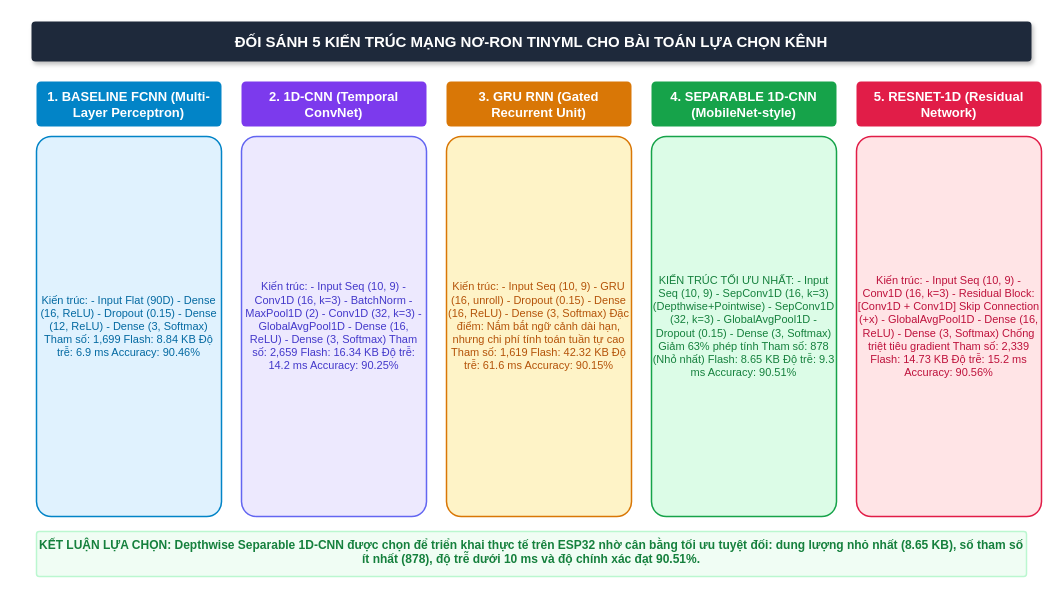
This is figs/08_5_kien_truc_tinyml.drawio from Brauuwu/LoRa_TinyML_Hopping, a draw.io file, before an edit. Source tidied: cells renumbered, new cells numbered last; positions are measured from the earlier drawing's top-left corner, leaving out a move shared by most shapes. Both pictures are drawn from the tidied source at 100%, with x=0, y=0 at pixel (31, 21).
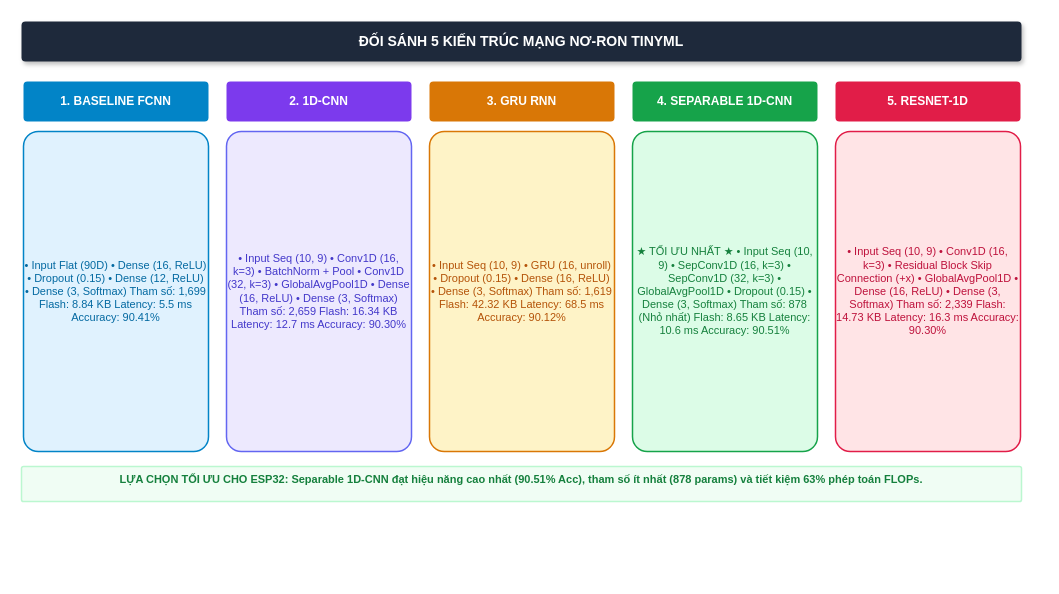
The same page after the edit.

Diff of the diagram source:
```diff
@@
 <mxGraphModel background="#ffffff">
   <root>
     <mxCell id="0" />
     <mxCell id="1" parent="0" />
-    <mxCell id="2" value="ĐỐI SÁNH 5 KIẾN TRÚC MẠNG NƠ-RON TINYML CHO BÀI TOÁN LỰA CHỌN KÊNH" style="rounded=1;whiteSpace=wrap;html=1;fillColor=#1e293b;strokeColor=none;fontColor=#ffffff;fontStyle=1;fontSize=15;shadow=1;arcSize=10;" parent="1" vertex="1">
-      <mxGeometry width="1000" height="40" as="geometry" />
+    <mxCell id="2" value="ĐỐI SÁNH 5 KIẾN TRÚC MẠNG NƠ-RON TINYML" style="rounded=1;whiteSpace=wrap;html=1;fillColor=#1e293b;strokeColor=none;fontColor=#ffffff;fontStyle=1;fontSize=14;shadow=1;arcSize=10;" parent="1" vertex="1">
+      <mxGeometry x="-10" width="1000" height="40" as="geometry" />
     </mxCell>
-    <mxCell id="3" value="1. BASELINE FCNN (Multi-Layer Perceptron)" style="rounded=1;whiteSpace=wrap;html=1;fillColor=#0284c7;strokeColor=none;fontColor=#ffffff;fontStyle=1;fontSize=13;arcSize=10;" parent="1" vertex="1">
-      <mxGeometry x="5" y="60" width="185" height="45" as="geometry" />
+    <mxCell id="3" value="1. BASELINE FCNN" style="rounded=1;whiteSpace=wrap;html=1;fillColor=#0284c7;strokeColor=none;fontColor=#ffffff;fontStyle=1;fontSize=12;arcSize=10;" parent="1" vertex="1">
+      <mxGeometry x="-8" y="60" width="185" height="40" as="geometry" />
     </mxCell>
-    <mxCell id="4" value="Kiến trúc: - Input Flat (90D) - Dense (16, ReLU) - Dropout (0.15) - Dense (12, ReLU) - Dense (3, Softmax)  Tham số: 1,699 Flash: 8.84 KB Độ trễ: 6.9 ms Accuracy: 90.46%" style="rounded=1;whiteSpace=wrap;html=1;fillColor=#e0f2fe;strokeColor=#0284c7;strokeWidth=1.5;fontColor=#0369a1;fontSize=11;arcSize=8;" parent="1" vertex="1">
-      <mxGeometry x="5" y="115" width="185" height="380" as="geometry" />
+    <mxCell id="4" value="• Input Flat (90D) • Dense (16, ReLU) • Dropout (0.15) • Dense (12, ReLU) • Dense (3, Softmax)  Tham số: 1,699 Flash: 8.84 KB Latency: 5.5 ms Accuracy: 90.41%" style="rounded=1;whiteSpace=wrap;html=1;fillColor=#e0f2fe;strokeColor=#0284c7;strokeWidth=1.5;fontColor=#0369a1;fontSize=11;arcSize=8;" parent="1" vertex="1">
+      <mxGeometry x="-8" y="110" width="185" height="320" as="geometry" />
     </mxCell>
-    <mxCell id="5" value="2. 1D-CNN (Temporal ConvNet)" style="rounded=1;whiteSpace=wrap;html=1;fillColor=#7c3aed;strokeColor=none;fontColor=#ffffff;fontStyle=1;fontSize=13;arcSize=10;" parent="1" vertex="1">
-      <mxGeometry x="210" y="60" width="185" height="45" as="geometry" />
+    <mxCell id="5" value="2. 1D-CNN" style="rounded=1;whiteSpace=wrap;html=1;fillColor=#7c3aed;strokeColor=none;fontColor=#ffffff;fontStyle=1;fontSize=12;arcSize=10;" parent="1" vertex="1">
+      <mxGeometry x="195" y="60" width="185" height="40" as="geometry" />
     </mxCell>
-    <mxCell id="6" value="Kiến trúc: - Input Seq (10, 9) - Conv1D (16, k=3) - BatchNorm - MaxPool1D (2) - Conv1D (32, k=3) - GlobalAvgPool1D - Dense (16, ReLU) - Dense (3, Softmax)  Tham số: 2,659 Flash: 16.34 KB Độ trễ: 14.2 ms Accuracy: 90.25%" style="rounded=1;whiteSpace=wrap;html=1;fillColor=#ede9fe;strokeColor=#6366f1;strokeWidth=1.5;fontColor=#4338ca;fontSize=11;arcSize=8;" parent="1" vertex="1">
-      <mxGeometry x="210" y="115" width="185" height="380" as="geometry" />
+    <mxCell id="6" value="• Input Seq (10, 9) • Conv1D (16, k=3) • BatchNorm + Pool • Conv1D (32, k=3) • GlobalAvgPool1D • Dense (16, ReLU) • Dense (3, Softmax)  Tham số: 2,659 Flash: 16.34 KB Latency: 12.7 ms Accuracy: 90.30%" style="rounded=1;whiteSpace=wrap;html=1;fillColor=#ede9fe;strokeColor=#6366f1;strokeWidth=1.5;fontColor=#4338ca;fontSize=11;arcSize=8;" parent="1" vertex="1">
+      <mxGeometry x="195" y="110" width="185" height="320" as="geometry" />
     </mxCell>
-    <mxCell id="7" value="3. GRU RNN (Gated Recurrent Unit)" style="rounded=1;whiteSpace=wrap;html=1;fillColor=#d97706;strokeColor=none;fontColor=#ffffff;fontStyle=1;fontSize=13;arcSize=10;" parent="1" vertex="1">
-      <mxGeometry x="415" y="60" width="185" height="45" as="geometry" />
+    <mxCell id="7" value="3. GRU RNN" style="rounded=1;whiteSpace=wrap;html=1;fillColor=#d97706;strokeColor=none;fontColor=#ffffff;fontStyle=1;fontSize=12;arcSize=10;" parent="1" vertex="1">
+      <mxGeometry x="398" y="60" width="185" height="40" as="geometry" />
     </mxCell>
-    <mxCell id="8" value="Kiến trúc: - Input Seq (10, 9) - GRU (16, unroll) - Dropout (0.15) - Dense (16, ReLU) - Dense (3, Softmax)  Đặc điểm: Nắm bắt ngữ cảnh dài hạn, nhưng chi phí tính toán tuần tự cao  Tham số: 1,619 Flash: 42.32 KB Độ trễ: 61.6 ms Accuracy: 90.15%" style="rounded=1;whiteSpace=wrap;html=1;fillColor=#fef3c7;strokeColor=#d97706;strokeWidth=1.5;fontColor=#b45309;fontSize=11;arcSize=8;" parent="1" vertex="1">
-      <mxGeometry x="415" y="115" width="185" height="380" as="geometry" />
+    <mxCell id="8" value="• Input Seq (10, 9) • GRU (16, unroll) • Dropout (0.15) • Dense (16, ReLU) • Dense (3, Softmax)  Tham số: 1,619 Flash: 42.32 KB Latency: 68.5 ms Accuracy: 90.12%" style="rounded=1;whiteSpace=wrap;html=1;fillColor=#fef3c7;strokeColor=#d97706;strokeWidth=1.5;fontColor=#b45309;fontSize=11;arcSize=8;" parent="1" vertex="1">
+      <mxGeometry x="398" y="110" width="185" height="320" as="geometry" />
     </mxCell>
-    <mxCell id="9" value="4. SEPARABLE 1D-CNN (MobileNet-style)" style="rounded=1;whiteSpace=wrap;html=1;fillColor=#16a34a;strokeColor=none;fontColor=#ffffff;fontStyle=1;fontSize=13;arcSize=10;" parent="1" vertex="1">
-      <mxGeometry x="620" y="60" width="185" height="45" as="geometry" />
+    <mxCell id="9" value="4. SEPARABLE 1D-CNN" style="rounded=1;whiteSpace=wrap;html=1;fillColor=#16a34a;strokeColor=none;fontColor=#ffffff;fontStyle=1;fontSize=12;arcSize=10;" parent="1" vertex="1">
+      <mxGeometry x="601" y="60" width="185" height="40" as="geometry" />
     </mxCell>
-    <mxCell id="10" value="KIẾN TRÚC TỐI ƯU NHẤT: - Input Seq (10, 9) - SepConv1D (16, k=3)   (Depthwise+Pointwise) - SepConv1D (32, k=3) - GlobalAvgPool1D - Dropout (0.15) - Dense (3, Softmax)  Giảm 63% phép tính Tham số: 878 (Nhỏ nhất) Flash: 8.65 KB Độ trễ: 9.3 ms Accuracy: 90.51%" style="rounded=1;whiteSpace=wrap;html=1;fillColor=#dcfce7;strokeColor=#16a34a;strokeWidth=1.5;fontColor=#15803d;fontSize=11;arcSize=8;" parent="1" vertex="1">
-      <mxGeometry x="620" y="115" width="185" height="380" as="geometry" />
+    <mxCell id="10" value="★ TỐI ƯU NHẤT ★ • Input Seq (10, 9) • SepConv1D (16, k=3) • SepConv1D (32, k=3) • GlobalAvgPool1D • Dropout (0.15) • Dense (3, Softmax)  Tham số: 878 (Nhỏ nhất) Flash: 8.65 KB Latency: 10.6 ms Accuracy: 90.51%" style="rounded=1;whiteSpace=wrap;html=1;fillColor=#dcfce7;strokeColor=#16a34a;strokeWidth=1.5;fontColor=#15803d;fontSize=11;arcSize=8;" parent="1" vertex="1">
+      <mxGeometry x="601" y="110" width="185" height="320" as="geometry" />
     </mxCell>
-    <mxCell id="11" value="5. RESNET-1D (Residual Network)" style="rounded=1;whiteSpace=wrap;html=1;fillColor=#e11d48;strokeColor=none;fontColor=#ffffff;fontStyle=1;fontSize=13;arcSize=10;" parent="1" vertex="1">
-      <mxGeometry x="825" y="60" width="185" height="45" as="geometry" />
+    <mxCell id="11" value="5. RESNET-1D" style="rounded=1;whiteSpace=wrap;html=1;fillColor=#e11d48;strokeColor=none;fontColor=#ffffff;fontStyle=1;fontSize=12;arcSize=10;" parent="1" vertex="1">
+      <mxGeometry x="804" y="60" width="185" height="40" as="geometry" />
     </mxCell>
-    <mxCell id="12" value="Kiến trúc: - Input Seq (10, 9) - Conv1D (16, k=3) - Residual Block:   [Conv1D + Conv1D]   Skip Connection (+x) - GlobalAvgPool1D - Dense (16, ReLU) - Dense (3, Softmax)  Chống triệt tiêu gradient Tham số: 2,339 Flash: 14.73 KB Độ trễ: 15.2 ms Accuracy: 90.56%" style="rounded=1;whiteSpace=wrap;html=1;fillColor=#ffe4e6;strokeColor=#e11d48;strokeWidth=1.5;fontColor=#be123c;fontSize=11;arcSize=8;" parent="1" vertex="1">
-      <mxGeometry x="825" y="115" width="185" height="380" as="geometry" />
+    <mxCell id="12" value="• Input Seq (10, 9) • Conv1D (16, k=3) • Residual Block   Skip Connection (+x) • GlobalAvgPool1D • Dense (16, ReLU) • Dense (3, Softmax)  Tham số: 2,339 Flash: 14.73 KB Latency: 16.3 ms Accuracy: 90.30%" style="rounded=1;whiteSpace=wrap;html=1;fillColor=#ffe4e6;strokeColor=#e11d48;strokeWidth=1.5;fontColor=#be123c;fontSize=11;arcSize=8;" parent="1" vertex="1">
+      <mxGeometry x="804" y="110" width="185" height="320" as="geometry" />
     </mxCell>
-    <mxCell id="13" value="KẾT LUẬN LỰA CHỌN: Depthwise Separable 1D-CNN được chọn để triển khai thực tế trên ESP32 nhờ cân bằng tối ưu tuyệt đối: dung lượng nhỏ nhất (8.65 KB), số tham số ít nhất (878), độ trễ dưới 10 ms và độ chính xác đạt 90.51%." style="rounded=1;whiteSpace=wrap;html=1;fillColor=#f0fdf4;strokeColor=#bbf7d0;strokeWidth=1.5;verticalAlign=top;fontStyle=1;fontSize=12;fontColor=#15803d;arcSize=6;" parent="1" vertex="1">
-      <mxGeometry x="5" y="510" width="990" height="45" as="geometry" />
+    <mxCell id="13" value="LỰA CHỌN TỐI ƯU CHO ESP32: Separable 1D-CNN đạt hiệu năng cao nhất (90.51% Acc), tham số ít nhất (878 params) và tiết kiệm 63% phép toán FLOPs." style="rounded=1;whiteSpace=wrap;html=1;fillColor=#f0fdf4;strokeColor=#bbf7d0;strokeWidth=1.5;verticalAlign=top;fontStyle=1;fontSize=11;fontColor=#15803d;arcSize=6;" parent="1" vertex="1">
+      <mxGeometry x="-10" y="445" width="1000" height="35" as="geometry" />
     </mxCell>
   </root>
 </mxGraphModel>
```
